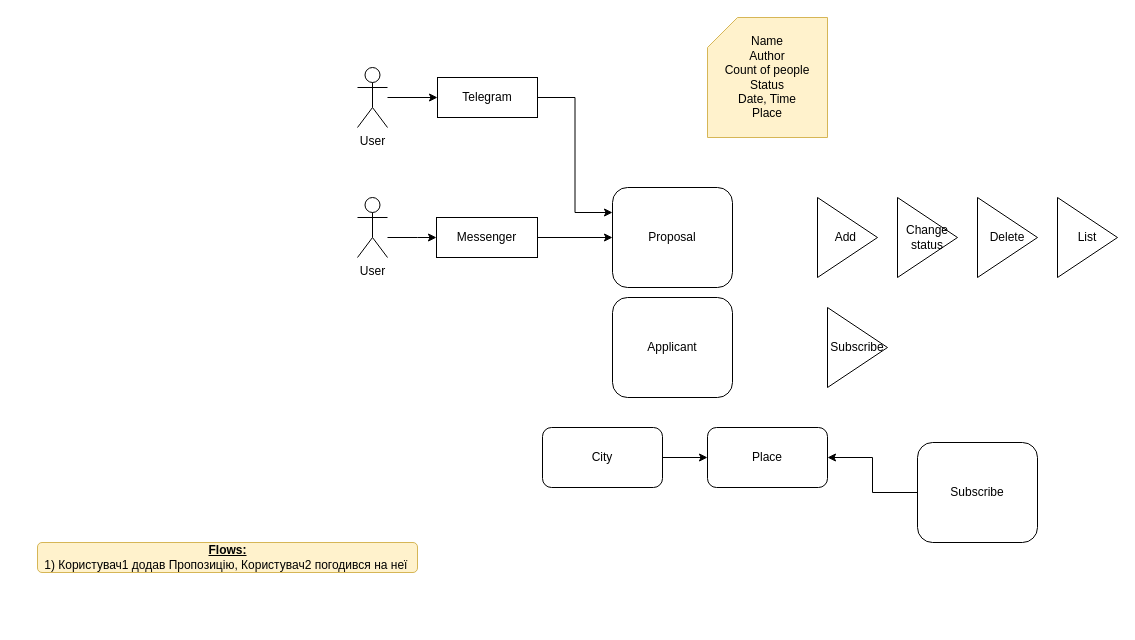
The draw.io diagram Untitled Diagram.drawio in sergo-yak/razom-bot, before the edit. Source tidied: cells renumbered, new cells numbered last; positions are measured from the earlier drawing's top-left corner, leaving out a move shared by most shapes. Both pictures are drawn from the tidied source at 100%, with x=0, y=0 at pixel (37, 17).
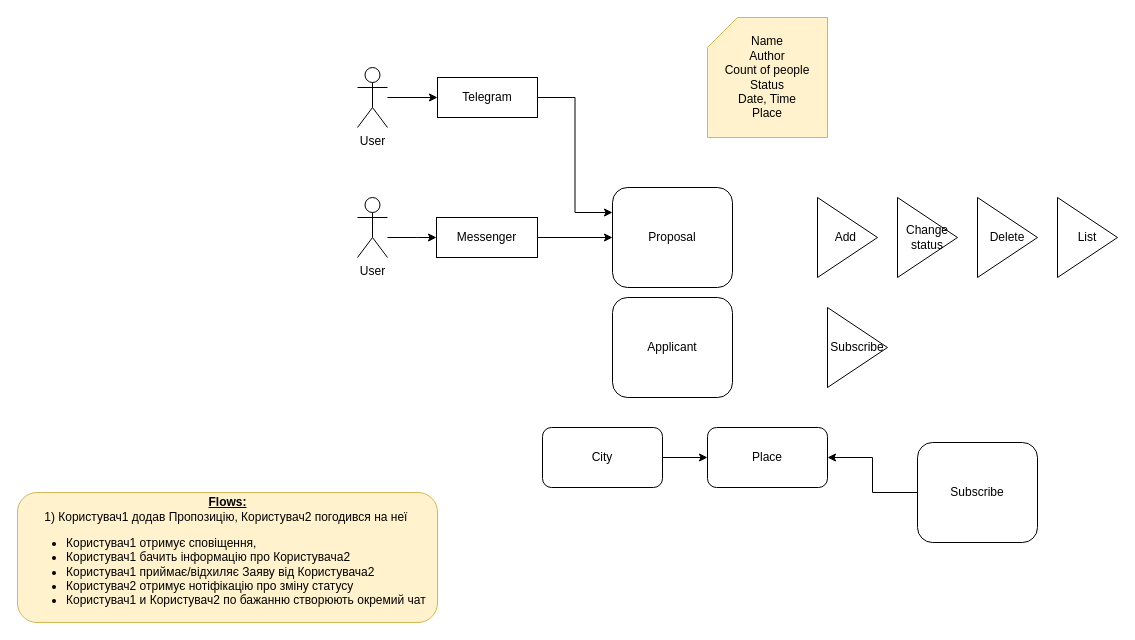
After the change.

The edit, as a diff of the source:
```diff
@@
-    <mxCell id="20" value="&lt;b&gt;&lt;u&gt;Flows:&lt;/u&gt;&lt;/b&gt;&lt;br&gt;1) Користувач1 додав Пропозицію, Користувач2 погодився на неї&amp;nbsp;" style="text;html=1;align=center;verticalAlign=middle;fillColor=#fff2cc;strokeColor=#d6b656;rounded=1;sketch=0;glass=0;" parent="1" vertex="1">
-      <mxGeometry y="525" width="380" height="30" as="geometry" />
+    <mxCell id="20" value="&lt;b&gt;&lt;u&gt;Flows:&lt;/u&gt;&lt;/b&gt;&lt;br&gt;1) Користувач1 додав Пропозицію, Користувач2 погодився на неї&amp;nbsp;&lt;br&gt;&lt;ul&gt;&lt;li style=&quot;text-align: left&quot;&gt;Користувач1 отримує сповіщення,&lt;/li&gt;&lt;li style=&quot;text-align: left&quot;&gt;Користувач1 бачить інформацію про Користувача2&lt;/li&gt;&lt;li style=&quot;text-align: left&quot;&gt;Користувач1 приймає/відхиляє Заяву від Користувача2&lt;/li&gt;&lt;li style=&quot;text-align: left&quot;&gt;Користувач2 отримує нотіфікацію про зміну статусу&lt;/li&gt;&lt;li style=&quot;text-align: left&quot;&gt;Користувач1 и Користувач2 по бажанню створюють окремий чат&amp;nbsp;&lt;/li&gt;&lt;/ul&gt;" style="text;html=1;align=center;verticalAlign=middle;fillColor=#fff2cc;strokeColor=#d6b656;rounded=1;sketch=0;glass=0;" parent="1" vertex="1">
+      <mxGeometry x="-20" y="475" width="420" height="130" as="geometry" />
     </mxCell>
```
